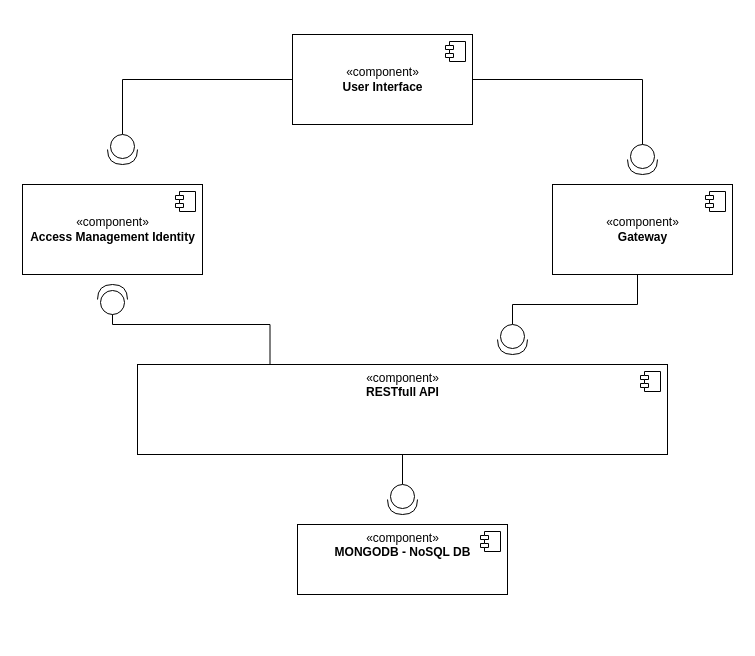
Before: modelos/ModeloComponentes.drawio in hplive/modelosPesti, a draw.io diagram. Source tidied: cells renumbered, new cells numbered last; positions are measured from the earlier drawing's top-left corner, leaving out a move shared by most shapes. Both pictures are drawn from the tidied source at 100%, with x=0, y=0 at pixel (22, 34).
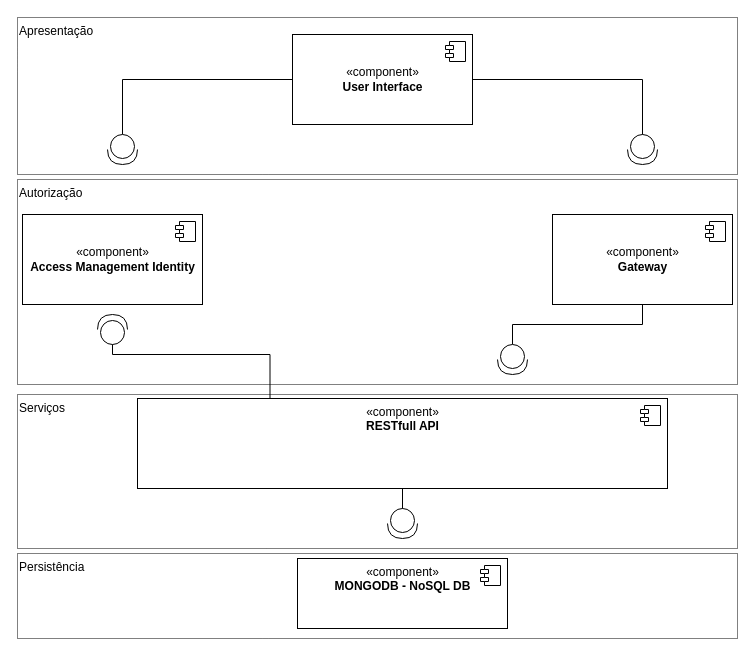
The same page after the edit.

Diff of the diagram source:
```diff
@@
+    <mxCell id="22" value="Serviços" style="rounded=0;whiteSpace=wrap;html=1;fillColor=none;strokeWidth=1;dashed=1;dashPattern=1 1;align=left;verticalAlign=top;" parent="1" vertex="1">
+      <mxGeometry x="-5" y="360" width="720" height="154" as="geometry" />
+    </mxCell>
+    <mxCell id="23" value="Autorização" style="rounded=0;whiteSpace=wrap;html=1;fillColor=none;strokeWidth=1;dashed=1;dashPattern=1 1;align=left;verticalAlign=top;" parent="1" vertex="1">
+      <mxGeometry x="-5" y="145" width="720" height="205" as="geometry" />
+    </mxCell>
+    <mxCell id="24" value="Apresentação" style="rounded=0;whiteSpace=wrap;html=1;fillColor=none;strokeWidth=1;dashed=1;dashPattern=1 1;align=left;verticalAlign=top;" parent="1" vertex="1">
+      <mxGeometry x="-5" y="-17" width="720" height="157" as="geometry" />
+    </mxCell>
@@
     <mxCell id="5" value="«component»&lt;br&gt;&lt;b&gt;Gateway&lt;/b&gt;" style="html=1;" parent="1" vertex="1">
-      <mxGeometry x="530" y="150" width="180" height="90" as="geometry" />
+      <mxGeometry x="530" y="180" width="180" height="90" as="geometry" />
     </mxCell>
@@
     <mxCell id="7" value="«component»&lt;br&gt;&lt;b&gt;Access Management Identity&lt;/b&gt;" style="html=1;" parent="1" vertex="1">
-      <mxGeometry y="150" width="180" height="90" as="geometry" />
+      <mxGeometry y="180" width="180" height="90" as="geometry" />
     </mxCell>
@@
     <mxCell id="9" value="«component»&lt;br&gt;&lt;b&gt;RESTfull API&lt;/b&gt;" style="html=1;align=center;verticalAlign=top;" parent="1" vertex="1">
-      <mxGeometry x="115" y="330" width="530" height="90" as="geometry" />
+      <mxGeometry x="115" y="364" width="530" height="90" as="geometry" />
     </mxCell>
@@
     <mxCell id="12" style="shape=providedRequiredInterface;html=1;verticalLabelPosition=bottom;rotation=90;" parent="1" vertex="1">
-      <mxGeometry x="605" y="110" width="30" height="30" as="geometry" />
+      <mxGeometry x="605" y="100" width="30" height="30" as="geometry" />
     </mxCell>
@@
     <mxCell id="14" style="edgeStyle=orthogonalEdgeStyle;rounded=0;jettySize=auto;html=1;endArrow=none;endFill=0;exitX=0.5;exitY=1;exitDx=0;exitDy=0;entryX=0;entryY=0.5;entryDx=0;entryDy=0;entryPerimeter=0;" parent="1" edge="1" source="5" target="15">
       <mxGeometry relative="1" as="geometry">
         <Array as="points">
-          <mxPoint x="615" y="270" />
-          <mxPoint x="490" y="270" />
+          <mxPoint x="620" y="290" />
+          <mxPoint x="490" y="290" />
         </Array>
       </mxGeometry>
     </mxCell>
     <mxCell id="15" style="shape=providedRequiredInterface;html=1;verticalLabelPosition=bottom;rotation=90;" parent="1" vertex="1">
-      <mxGeometry x="475" y="290" width="30" height="30" as="geometry" />
+      <mxGeometry x="475" y="310" width="30" height="30" as="geometry" />
     </mxCell>
     <mxCell id="16" style="shape=providedRequiredInterface;html=1;verticalLabelPosition=bottom;rotation=-90;" parent="1" vertex="1">
-      <mxGeometry x="75" y="250" width="30" height="30" as="geometry" />
+      <mxGeometry x="75" y="280" width="30" height="30" as="geometry" />
     </mxCell>
     <mxCell id="17" style="edgeStyle=orthogonalEdgeStyle;rounded=0;jettySize=auto;html=1;endArrow=none;endFill=0;exitX=0.25;exitY=0;exitDx=0;exitDy=0;entryX=0;entryY=0.5;entryDx=0;entryDy=0;entryPerimeter=0;" parent="1" edge="1" source="9" target="16">
       <mxGeometry relative="1" as="geometry">
         <Array as="points">
-          <mxPoint x="248" y="290" />
-          <mxPoint x="90" y="290" />
+          <mxPoint x="248" y="320" />
+          <mxPoint x="90" y="320" />
         </Array>
       </mxGeometry>
     </mxCell>
     <mxCell id="18" value="«component»&lt;br&gt;&lt;b&gt;MONGODB - NoSQL DB&lt;/b&gt;" style="html=1;align=center;verticalAlign=top;" parent="1" vertex="1">
-      <mxGeometry x="275" y="490" width="210" height="70" as="geometry" />
+      <mxGeometry x="275" y="524" width="210" height="70" as="geometry" />
     </mxCell>
@@
     <mxCell id="20" style="edgeStyle=orthogonalEdgeStyle;rounded=0;jettySize=auto;html=1;endArrow=none;endFill=0;exitX=0.5;exitY=1;exitDx=0;exitDy=0;entryX=0;entryY=0.5;entryDx=0;entryDy=0;entryPerimeter=0;" parent="1" edge="1" source="9" target="21">
       <mxGeometry relative="1" as="geometry">
         <Array as="points">
-          <mxPoint x="380" y="450" />
+          <mxPoint x="380" y="484" />
         </Array>
       </mxGeometry>
     </mxCell>
     <mxCell id="21" style="shape=providedRequiredInterface;html=1;verticalLabelPosition=bottom;rotation=90;" parent="1" vertex="1">
-      <mxGeometry x="365" y="450" width="30" height="30" as="geometry" />
+      <mxGeometry x="365" y="474" width="30" height="30" as="geometry" />
     </mxCell>
+    <mxCell id="25" value="Persistência" style="rounded=0;whiteSpace=wrap;html=1;fillColor=none;strokeWidth=1;dashed=1;dashPattern=1 1;align=left;verticalAlign=top;" parent="1" vertex="1">
+      <mxGeometry x="-5" y="519" width="720" height="85" as="geometry" />
+    </mxCell>
```
